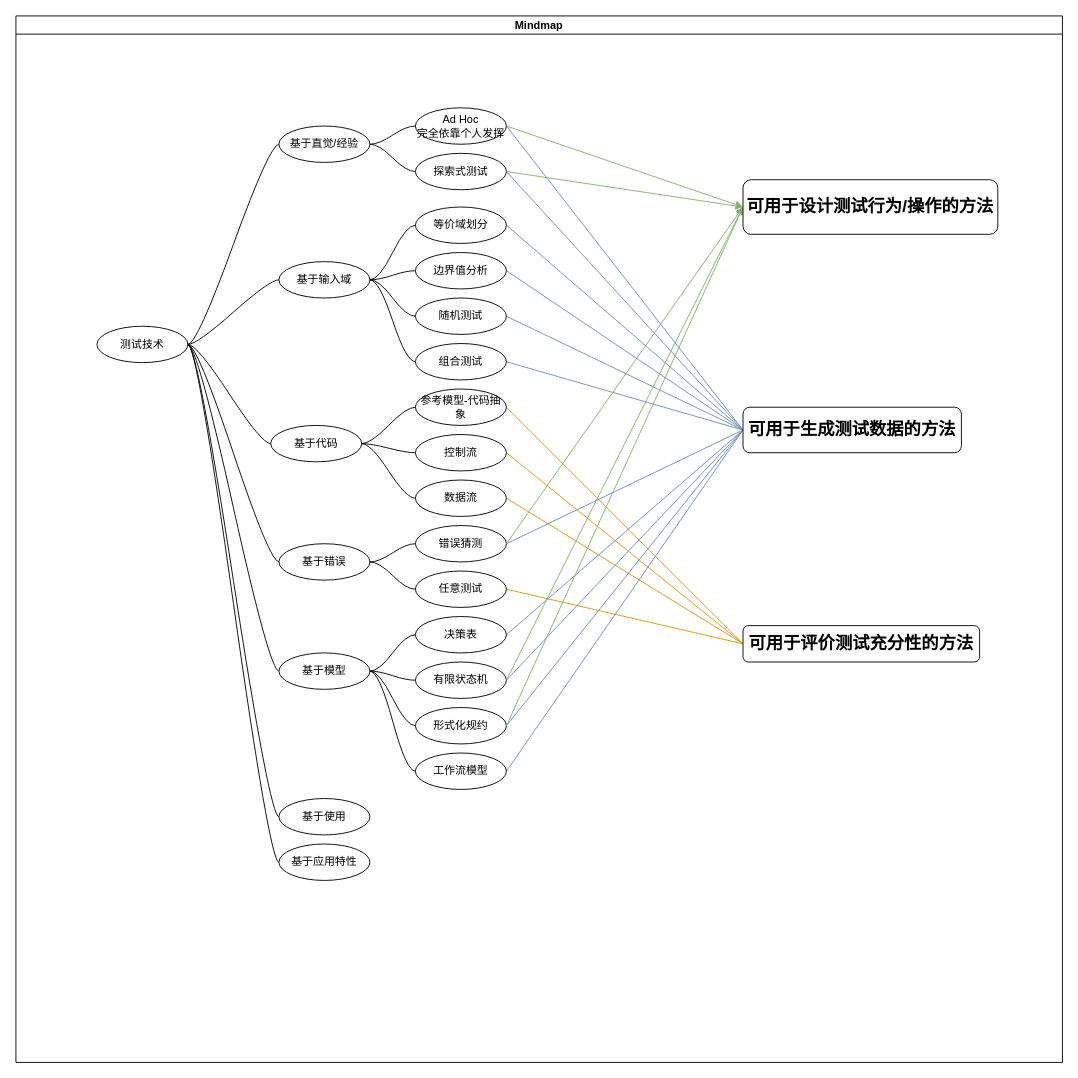
gh503/xdeploy keeps this draw.io diagram as 未命名绘图.drawio. Above is the earlier version. Source tidied: cells renumbered, new cells numbered last; positions are measured from the earlier drawing's top-left corner, leaving out a move shared by most shapes. Both pictures are drawn from the tidied source at 91%, with x=0, y=0 at pixel (15, 15).
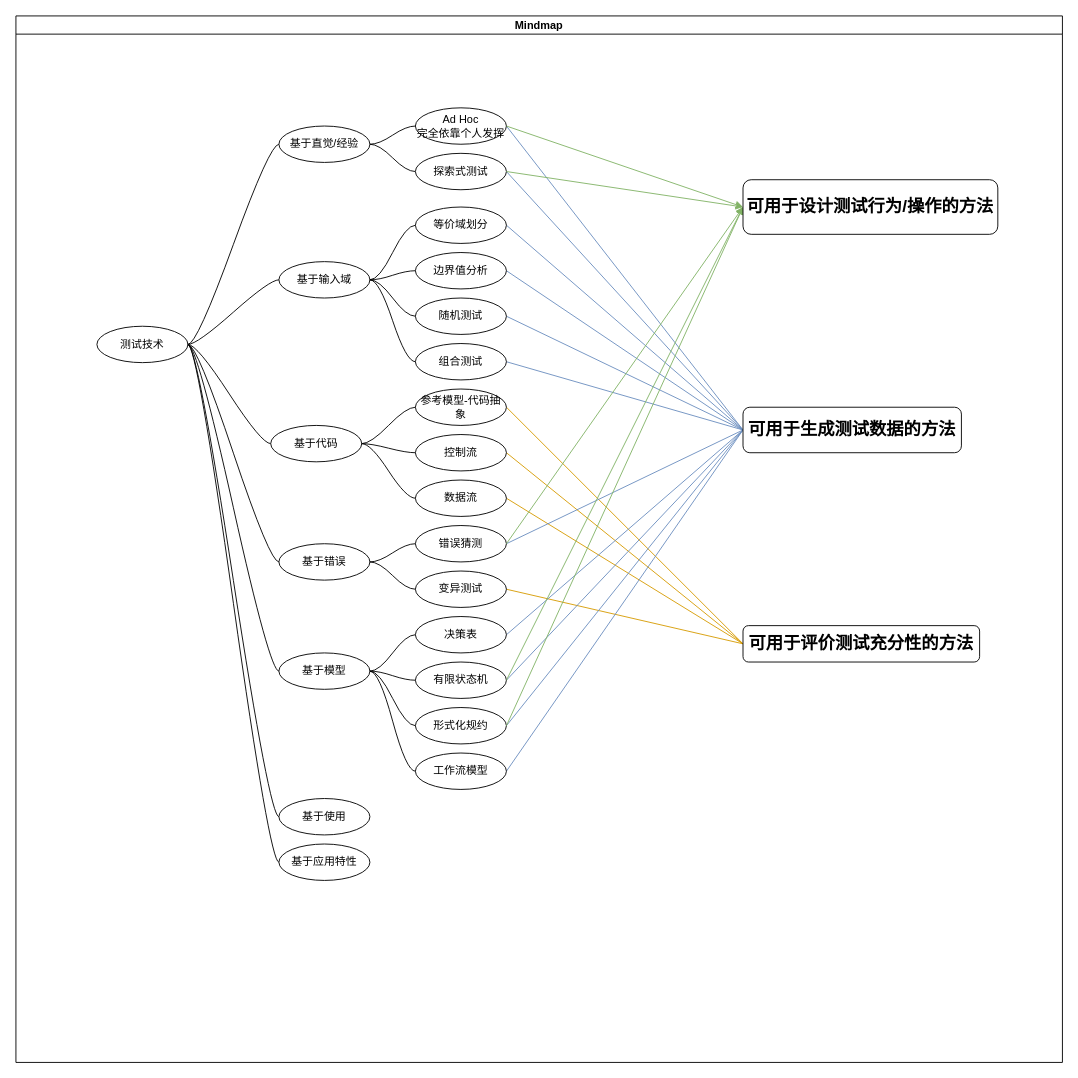
The same page after the edit.

Commit message (it also covers changes not shown here):
软件测试技术.drawio

The change refers to these unchanged cells:
```xml
<mxCell id="2" value="Mindmap" style="swimlane;startSize=20;horizontal=1;containerType=tree;" parent="1" vertex="1">
  <mxGeometry width="1150" height="1150" as="geometry" />
</mxCell>
```

What changed in the source:
```diff
@@
-    <mxCell id="50" value="任意测试" style="ellipse;whiteSpace=wrap;html=1;align=center;newEdgeStyle={&quot;edgeStyle&quot;:&quot;entityRelationEdgeStyle&quot;,&quot;startArrow&quot;:&quot;none&quot;,&quot;endArrow&quot;:&quot;none&quot;,&quot;segment&quot;:10,&quot;curved&quot;:1,&quot;sourcePerimeterSpacing&quot;:0,&quot;targetPerimeterSpacing&quot;:0};" parent="2" vertex="1">
+    <mxCell id="50" value="变异测试" style="ellipse;whiteSpace=wrap;html=1;align=center;newEdgeStyle={&quot;edgeStyle&quot;:&quot;entityRelationEdgeStyle&quot;,&quot;startArrow&quot;:&quot;none&quot;,&quot;endArrow&quot;:&quot;none&quot;,&quot;segment&quot;:10,&quot;curved&quot;:1,&quot;sourcePerimeterSpacing&quot;:0,&quot;targetPerimeterSpacing&quot;:0};" parent="2" vertex="1">
       <mxGeometry x="439" y="610" width="100" height="40" as="geometry" />
     </mxCell>
```
